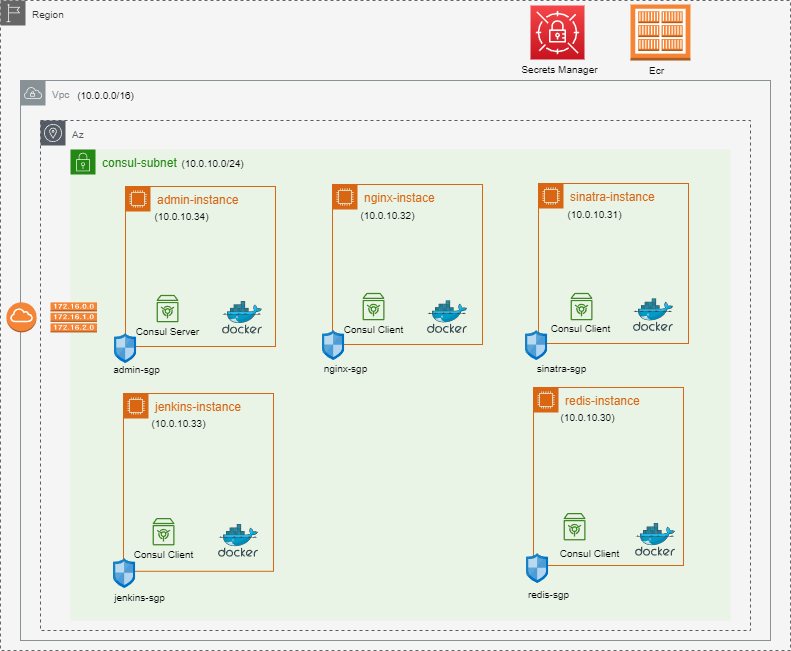
Above: img/vpc.png in maxmin13/consul-prj (draw.io), before the change. Source tidied: cells renumbered, new cells last; positions are measured from the earlier drawing's top-left corner, leaving out a move shared by most shapes.
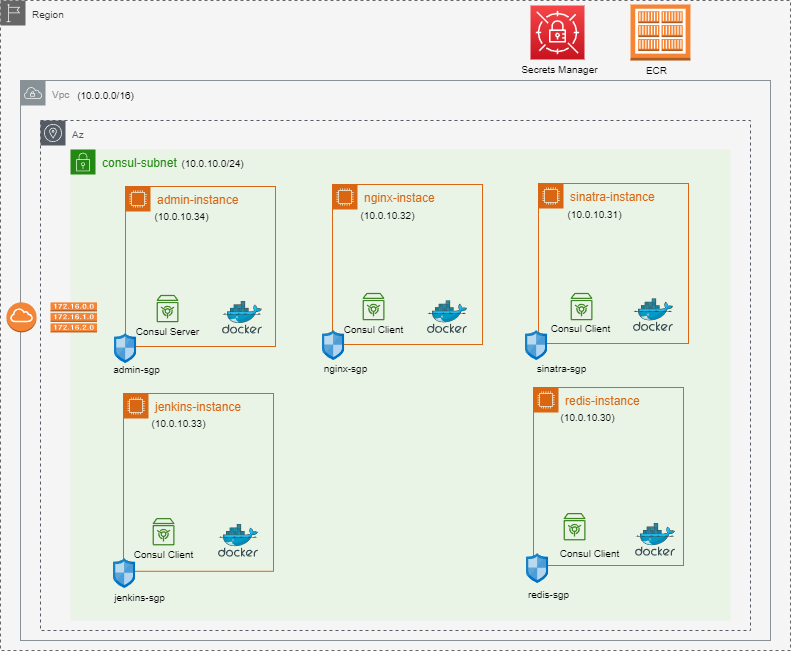
After the change.

Change to the diagram source:
```diff
@@ -122,7 +122,7 @@
     <mxCell id="41" style="dashed=0;verticalLabelPosition=bottom;verticalAlign=top;align=center;html=1;shape=mxgraph.aws3.ecr_registry;fillColor=#F58534;gradientColor=none;" parent="1" vertex="1">
       <mxGeometry x="630" y="4" width="60" height="56" as="geometry" />
     </mxCell>
-    <mxCell id="42" value="Ecr" style="text;html=1;align=center;verticalAlign=middle;fillColor=none;strokeColor=none;rounded=0;fontSize=10;" parent="1" vertex="1">
+    <mxCell id="42" value="ECR" style="text;html=1;align=center;verticalAlign=middle;fillColor=none;strokeColor=none;rounded=0;fontSize=10;" parent="1" vertex="1">
       <mxGeometry x="635.5" y="55" width="40" height="30" as="geometry" />
     </mxCell>
     <mxCell id="43" style="dashed=0;verticalLabelPosition=bottom;verticalAlign=top;align=center;html=1;shape=mxgraph.aws3.route_table;fillColor=#F58536;gradientColor=none;" parent="1" vertex="1">
```
